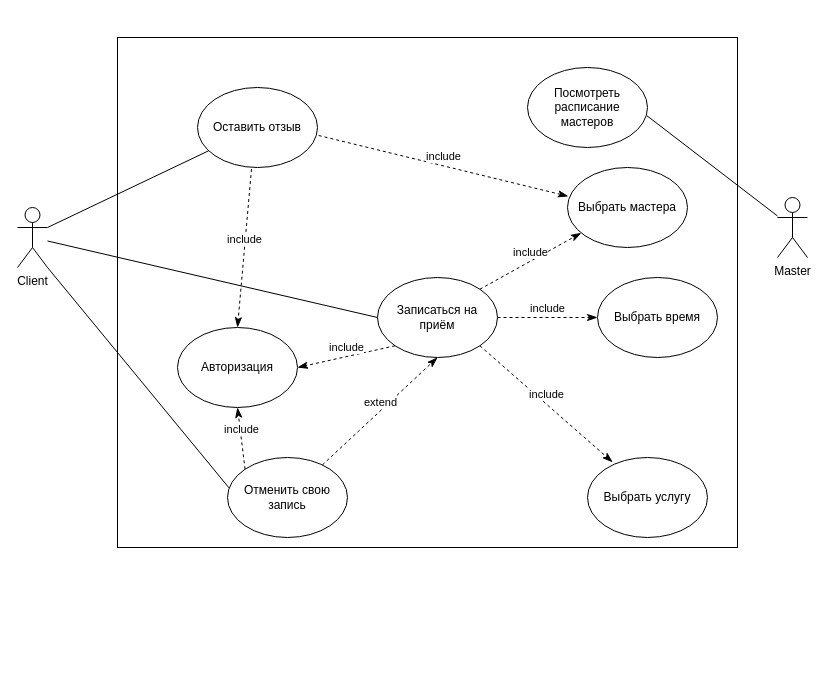
The draw.io diagram ДВИ.drawio in Artvell3000/umlLab2, before the edit. Source tidied: cells renumbered, new cells numbered last; positions are measured from the earlier drawing's top-left corner, leaving out a move shared by most shapes. Both pictures are drawn from the tidied source at 100%, with x=0, y=0 at pixel (17, 37).
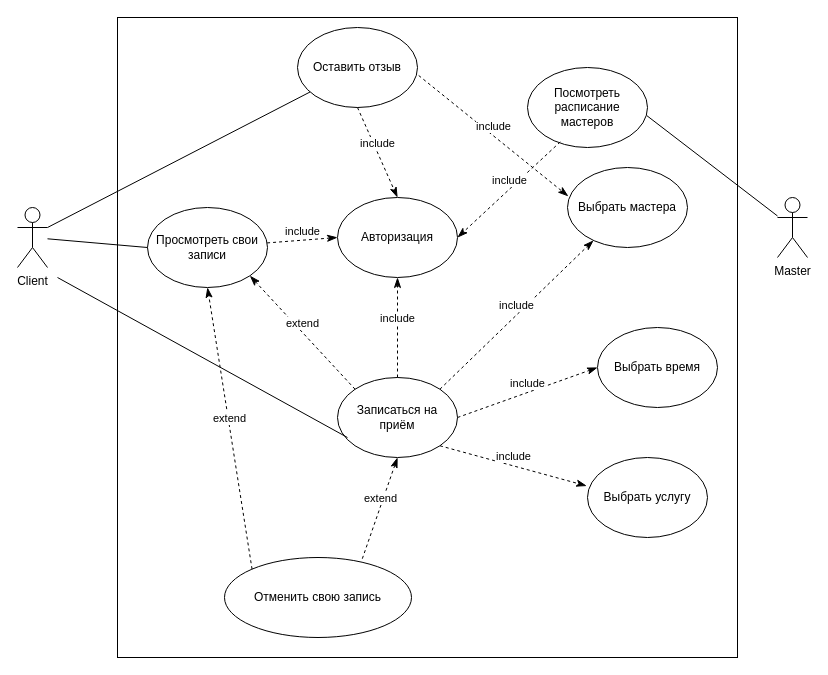
After the change.

Unchanged cells that the change refers to:
```xml
<mxCell id="3" value="Client" style="shape=umlActor;verticalLabelPosition=bottom;verticalAlign=top;html=1;outlineConnect=0;" parent="1" vertex="1">
  <mxGeometry y="170" width="30" height="60" as="geometry" />
</mxCell>
<mxCell id="6" value="Посмотреть расписание мастеров" style="ellipse;whiteSpace=wrap;html=1;" parent="1" vertex="1">
  <mxGeometry x="510" y="30" width="120" height="80" as="geometry" />
</mxCell>
<mxCell id="10" value="Выбрать услугу" style="ellipse;whiteSpace=wrap;html=1;" parent="1" vertex="1">
  <mxGeometry x="570" y="420" width="120" height="80" as="geometry" />
</mxCell>
```

What changed in the source:
```diff
@@
     <mxCell id="2" style="rounded=0;whiteSpace=wrap;html=1;" parent="1" vertex="1">
-      <mxGeometry x="100" width="620" height="510" as="geometry" />
+      <mxGeometry x="100" y="-20" width="620" height="640" as="geometry" />
     </mxCell>
@@
     <mxCell id="5" value="Записаться на приём" style="ellipse;whiteSpace=wrap;html=1;" parent="1" vertex="1">
-      <mxGeometry x="360" y="240" width="120" height="80" as="geometry" />
+      <mxGeometry x="320" y="340" width="120" height="80" as="geometry" />
     </mxCell>
@@
-    <mxCell id="7" style="endArrow=none;html=1;rounded=0;entryX=0;entryY=0.5;entryDx=0;entryDy=0;" parent="1" edge="1" source="3" target="5">
-      <mxGeometry relative="1" as="geometry" />
+    <mxCell id="7" style="endArrow=none;html=1;rounded=0;entryX=0.083;entryY=0.75;entryDx=0;entryDy=0;entryPerimeter=0;" parent="1" edge="1" target="5">
+      <mxGeometry relative="1" as="geometry">
+        <mxPoint x="40" y="240" as="sourcePoint" />
+      </mxGeometry>
     </mxCell>
@@
     <mxCell id="9" value="Выбрать время" style="ellipse;whiteSpace=wrap;html=1;" parent="1" vertex="1">
-      <mxGeometry x="580" y="240" width="120" height="80" as="geometry" />
+      <mxGeometry x="580" y="290" width="120" height="80" as="geometry" />
     </mxCell>
@@
-    <mxCell id="14" value="include" style="html=1;verticalAlign=bottom;endArrow=classicThin;dashed=1;endSize=8;curved=0;rounded=0;exitX=1;exitY=1;exitDx=0;exitDy=0;entryX=0.21;entryY=0.06;entryDx=0;entryDy=0;entryPerimeter=0;endFill=1;" parent="1" edge="1" source="5" target="10">
+    <mxCell id="14" value="include" style="html=1;verticalAlign=bottom;endArrow=classicThin;dashed=1;endSize=8;curved=0;rounded=0;exitX=1;exitY=1;exitDx=0;exitDy=0;entryX=-0.007;entryY=0.355;entryDx=0;entryDy=0;entryPerimeter=0;endFill=1;" parent="1" edge="1" source="5" target="10">
       <mxGeometry relative="1" as="geometry" />
     </mxCell>
     <mxCell id="15" value="Отменить свою запись" style="ellipse;whiteSpace=wrap;html=1;" parent="1" vertex="1">
-      <mxGeometry x="210" y="420" width="120" height="80" as="geometry" />
+      <mxGeometry x="207" y="520" width="187" height="80" as="geometry" />
     </mxCell>
-    <mxCell id="16" style="endArrow=none;html=1;rounded=0;entryX=0.013;entryY=0.38;entryDx=0;entryDy=0;exitX=1;exitY=1;exitDx=0;exitDy=0;exitPerimeter=0;entryPerimeter=0;" parent="1" edge="1" source="3" target="15">
-      <mxGeometry relative="1" as="geometry" />
-    </mxCell>
-    <mxCell id="17" value="extend" style="html=1;verticalAlign=bottom;endArrow=classicThin;dashed=1;endSize=8;curved=0;rounded=0;endFill=1;entryX=0.5;entryY=1;entryDx=0;entryDy=0;" parent="1" edge="1" source="15" target="5">
+    <mxCell id="17" value="extend" style="html=1;verticalAlign=bottom;endArrow=classicThin;dashed=1;endSize=8;curved=0;rounded=0;endFill=1;entryX=0.5;entryY=1;entryDx=0;entryDy=0;exitX=0.737;exitY=0.015;exitDx=0;exitDy=0;exitPerimeter=0;" parent="1" edge="1" source="15" target="5">
       <mxGeometry relative="1" as="geometry" />
     </mxCell>
     <mxCell id="18" value="Авторизация" style="ellipse;whiteSpace=wrap;html=1;" parent="1" vertex="1">
-      <mxGeometry x="160" y="290" width="120" height="80" as="geometry" />
+      <mxGeometry x="320" y="160" width="120" height="80" as="geometry" />
     </mxCell>
-    <mxCell id="19" value="include" style="html=1;verticalAlign=bottom;endArrow=classicThin;dashed=1;endSize=8;curved=0;rounded=0;exitX=0;exitY=1;exitDx=0;exitDy=0;entryX=1;entryY=0.5;entryDx=0;entryDy=0;endFill=1;" parent="1" edge="1" source="5" target="18">
+    <mxCell id="19" value="include" style="html=1;verticalAlign=bottom;endArrow=classicThin;dashed=1;endSize=8;curved=0;rounded=0;exitX=0.5;exitY=0;exitDx=0;exitDy=0;entryX=0.5;entryY=1;entryDx=0;entryDy=0;endFill=1;" parent="1" edge="1" source="5" target="18">
       <mxGeometry relative="1" as="geometry" />
     </mxCell>
-    <mxCell id="20" value="include" style="html=1;verticalAlign=bottom;endArrow=classicThin;dashed=1;endSize=8;curved=0;rounded=0;exitX=0;exitY=0;exitDx=0;exitDy=0;endFill=1;entryX=0.5;entryY=1;entryDx=0;entryDy=0;" parent="1" edge="1" source="15" target="18">
-      <mxGeometry relative="1" as="geometry" />
-    </mxCell>
     <mxCell id="21" value="Оставить отзыв" style="ellipse;whiteSpace=wrap;html=1;" parent="1" vertex="1">
-      <mxGeometry x="180" y="50" width="120" height="80" as="geometry" />
+      <mxGeometry x="280" y="-10" width="120" height="80" as="geometry" />
     </mxCell>
-    <mxCell id="22" value="include" style="html=1;verticalAlign=bottom;endArrow=classicThin;dashed=1;endSize=8;curved=0;rounded=0;exitX=0.45;exitY=1.02;exitDx=0;exitDy=0;entryX=0.5;entryY=0;entryDx=0;entryDy=0;endFill=1;exitPerimeter=0;" parent="1" edge="1" source="21" target="18">
-      <mxGeometry relative="1" as="geometry" />
-    </mxCell>
@@
+    <mxCell id="25" value="Просмотреть свои записи" style="ellipse;whiteSpace=wrap;html=1;" parent="1" vertex="1">
+      <mxGeometry x="130" y="170" width="120" height="80" as="geometry" />
+    </mxCell>
+    <mxCell id="26" style="endArrow=none;html=1;rounded=0;entryX=0;entryY=0.5;entryDx=0;entryDy=0;" parent="1" edge="1" source="3" target="25">
+      <mxGeometry relative="1" as="geometry" />
+    </mxCell>
+    <mxCell id="27" value="extend" style="html=1;verticalAlign=bottom;endArrow=classicThin;dashed=1;endSize=8;curved=0;rounded=0;entryX=1;entryY=1;entryDx=0;entryDy=0;endFill=1;exitX=0;exitY=0;exitDx=0;exitDy=0;" parent="1" edge="1" source="5" target="25">
+      <mxGeometry relative="1" as="geometry" />
+    </mxCell>
+    <mxCell id="28" value="extend" style="html=1;verticalAlign=bottom;endArrow=classicThin;dashed=1;endSize=8;curved=0;rounded=0;exitX=0;exitY=0;exitDx=0;exitDy=0;entryX=0.5;entryY=1;entryDx=0;entryDy=0;endFill=1;" parent="1" edge="1" source="15" target="25">
+      <mxGeometry relative="1" as="geometry" />
+    </mxCell>
+    <mxCell id="29" value="include" style="html=1;verticalAlign=bottom;endArrow=classicThin;dashed=1;endSize=8;curved=0;rounded=0;entryX=0;entryY=0.5;entryDx=0;entryDy=0;endFill=1;" parent="1" edge="1" source="25" target="18">
+      <mxGeometry relative="1" as="geometry" />
+    </mxCell>
+    <mxCell id="22" value="include" style="html=1;verticalAlign=bottom;endArrow=classicThin;dashed=1;endSize=8;curved=0;rounded=0;exitX=0.5;exitY=1;exitDx=0;exitDy=0;entryX=0.5;entryY=0;entryDx=0;entryDy=0;endFill=1;" parent="1" edge="1" source="21" target="18">
+      <mxGeometry relative="1" as="geometry" />
+    </mxCell>
+    <mxCell id="30" value="include" style="html=1;verticalAlign=bottom;endArrow=classicThin;dashed=1;endSize=8;curved=0;rounded=0;exitX=0.273;exitY=0.93;exitDx=0;exitDy=0;entryX=1;entryY=0.5;entryDx=0;entryDy=0;endFill=1;exitPerimeter=0;" parent="1" edge="1" source="6" target="18">
+      <mxGeometry relative="1" as="geometry" />
+    </mxCell>
```
